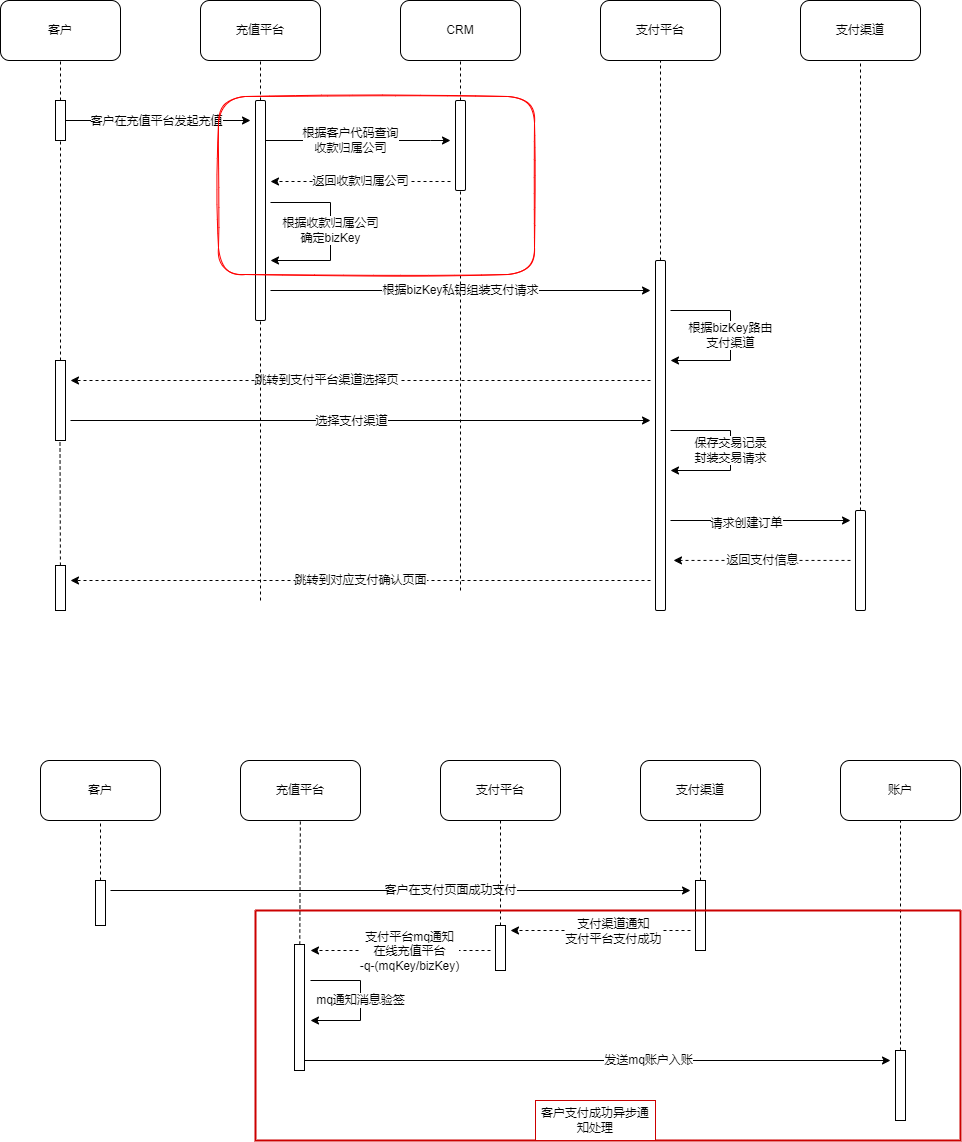
Above: 在线充值和支付平台三流合一设计.drawio.png in juanjuan-dev/diagrams (draw.io), before the change. Source tidied: cells renumbered, new cells last; positions are measured from the earlier drawing's top-left corner, leaving out a move shared by most shapes.
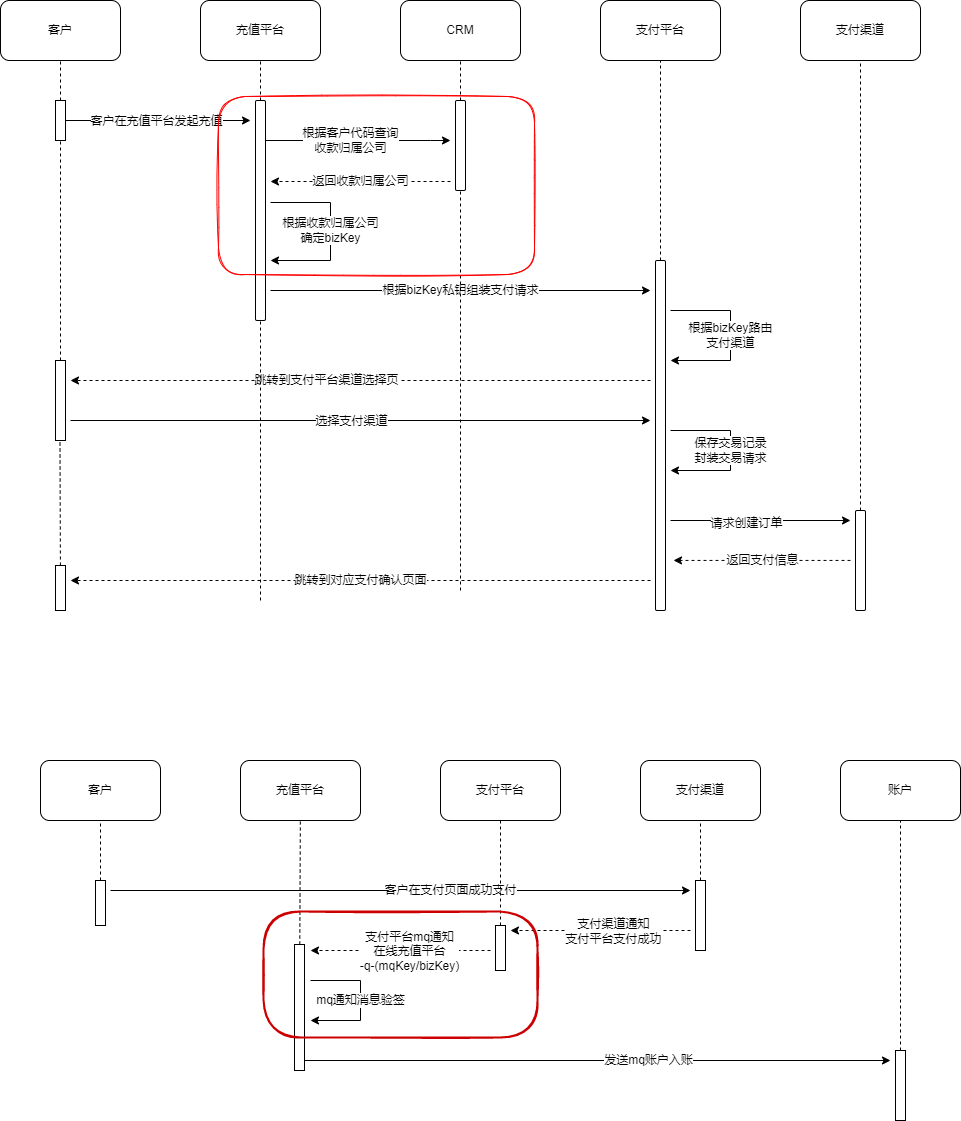
After the commit.

Commit message:
更新在线充值和支付平台三流合一设计.drawio.png

Diff of the diagram source:
```diff
@@ -276,14 +276,11 @@
         </Array>
       </mxGeometry>
     </mxCell>
-    <mxCell id="64" style="swimlane;startSize=0;strokeColor=#CC0000;strokeWidth=2;" parent="1" vertex="1">
-      <mxGeometry x="255" y="910" width="705" height="230" as="geometry" />
-    </mxCell>
-    <mxCell id="65" value="客户支付成功异步通知处理" style="whiteSpace=wrap;html=1;strokeColor=#CC0000;" parent="64" vertex="1">
-      <mxGeometry x="280" y="190" width="120" height="40" as="geometry" />
-    </mxCell>
     <mxCell id="66" style="rounded=1;whiteSpace=wrap;html=1;sketch=1;fillStyle=zigzag-line;fillColor=none;strokeColor=#FF0000;" parent="1" vertex="1">
       <mxGeometry x="218" y="96" width="316" height="178" as="geometry" />
     </mxCell>
+    <mxCell id="67" style="rounded=1;whiteSpace=wrap;html=1;sketch=1;fillStyle=zigzag-line;strokeColor=#CC0000;strokeWidth=2;fillColor=none;gradientColor=#ffffff;arcSize=30;" parent="1" vertex="1">
+      <mxGeometry x="263" y="911" width="274" height="126" as="geometry" />
+    </mxCell>
   </root>
 </mxGraphModel>
```
